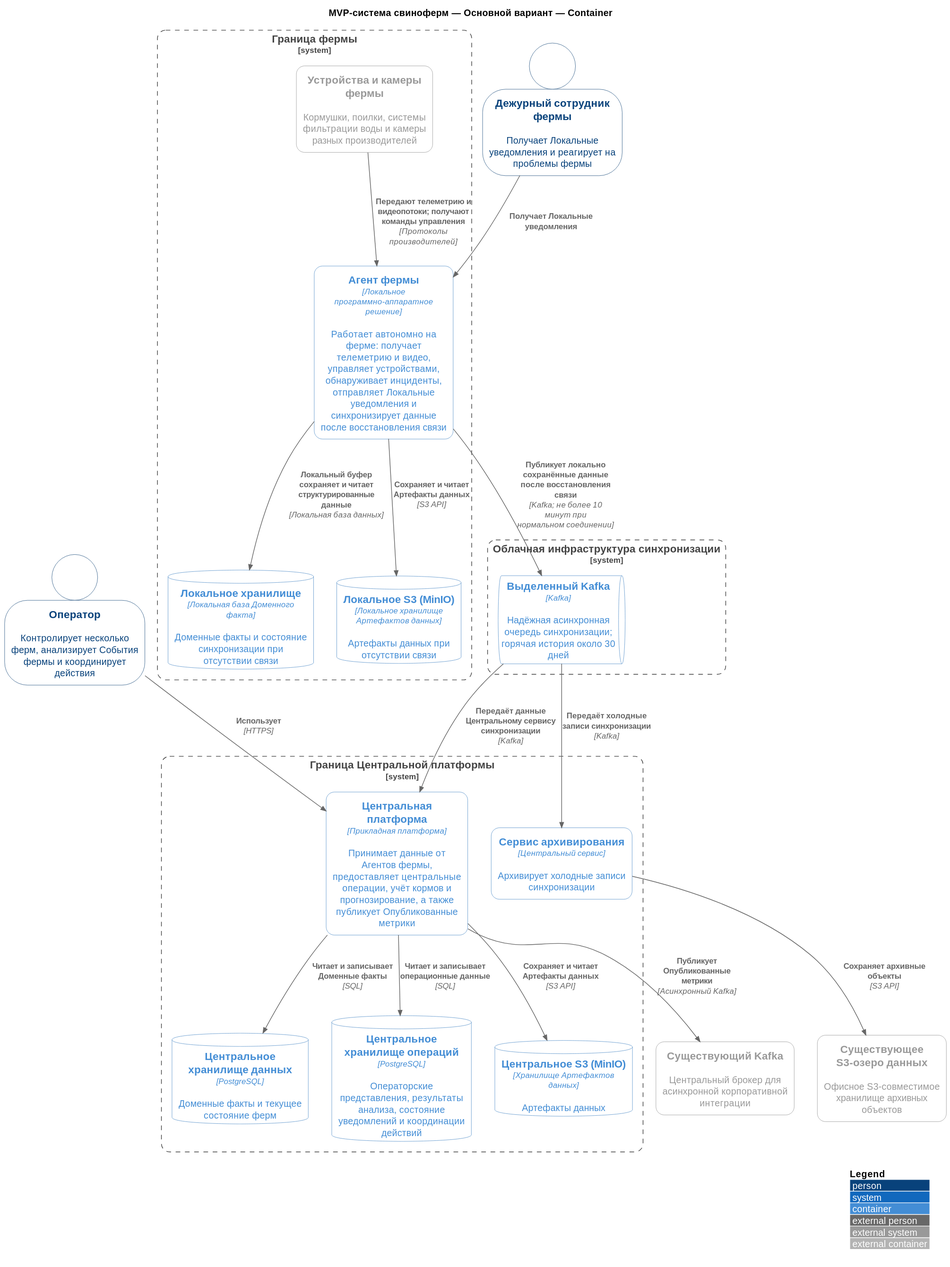
The PlantUML diagram Task2/svg/02-01-primary.c4.container.svg in vs-ya-practicum/01-MSA-AgroTech, before a commit.
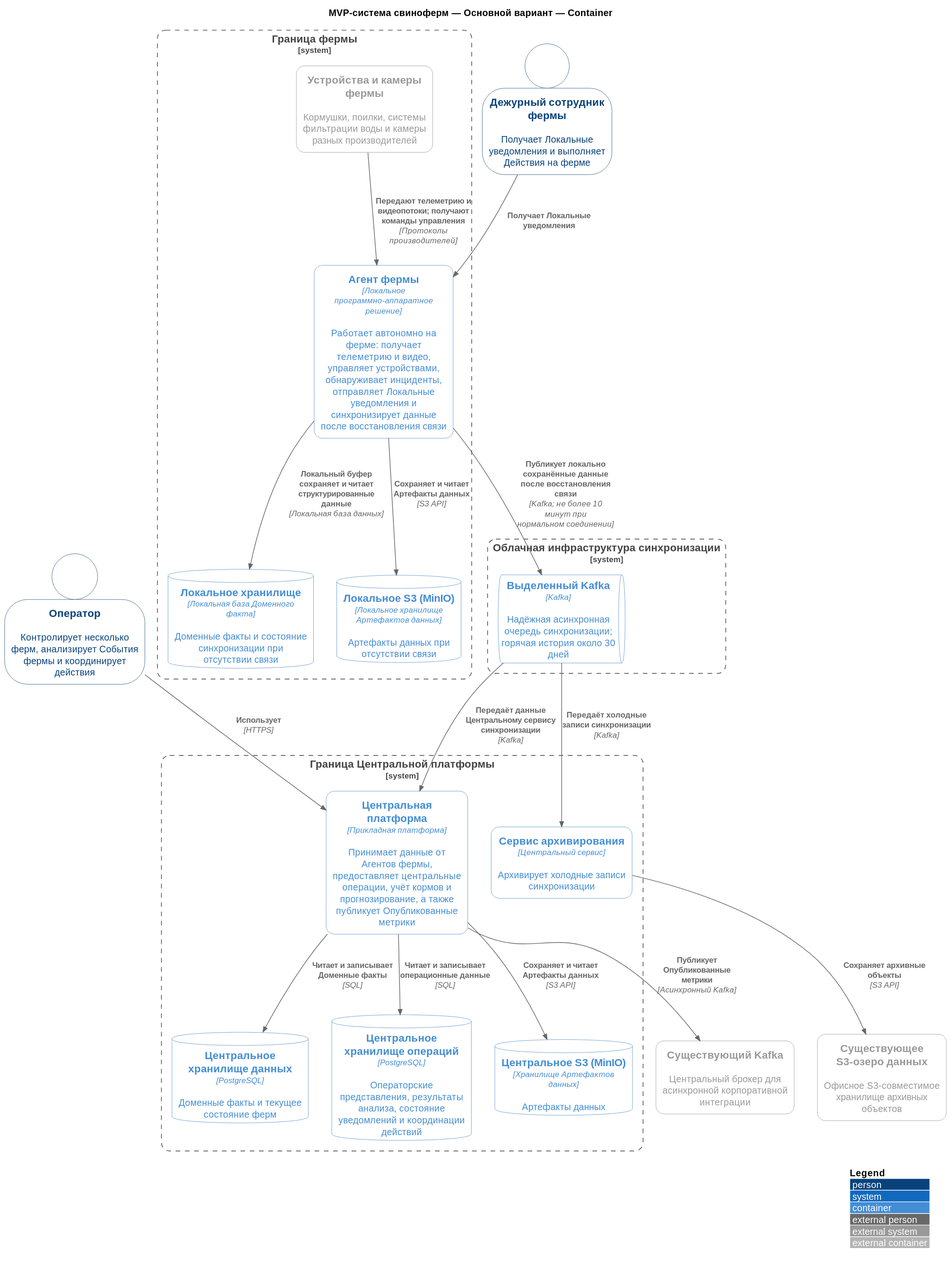
Above is the later version.

The edit, as a diff of the source:
```diff
@@ -8,7 +8,7 @@
 SHOW_PERSON_OUTLINE()
 
 Person(operator, "Оператор", "Контролирует несколько ферм, анализирует События фермы и координирует действия")
-Person(farmDutyEmployee, "Дежурный сотрудник фермы", "Получает Локальные уведомления и реагирует на проблемы фермы")
+Person(farmDutyEmployee, "Дежурный сотрудник фермы", "Получает Локальные уведомления и выполняет Действия на ферме")
 System_Ext(existingKafka, "Существующий Kafka", "Центральный брокер для асинхронной корпоративной интеграции")
 System_Ext(existingS3DataLake, "Существующее S3-озеро данных", "Офисное S3-совместимое хранилище архивных объектов")
 System_Boundary(syncInfrastructure, "Облачная инфраструктура синхронизации") {
```
